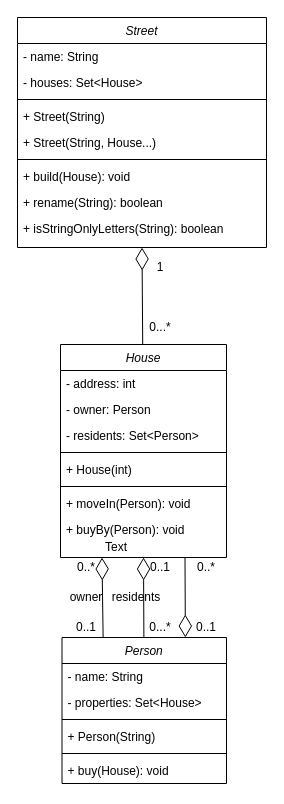
The draw.io diagram street.drawio in AndrasTerrayCodecool/street, before the edit. Source tidied: cells renumbered, new cells numbered last; positions are measured from the earlier drawing's top-left corner, leaving out a move shared by most shapes. Both pictures are drawn from the tidied source at 100%, with x=0, y=0 at pixel (17, 17).
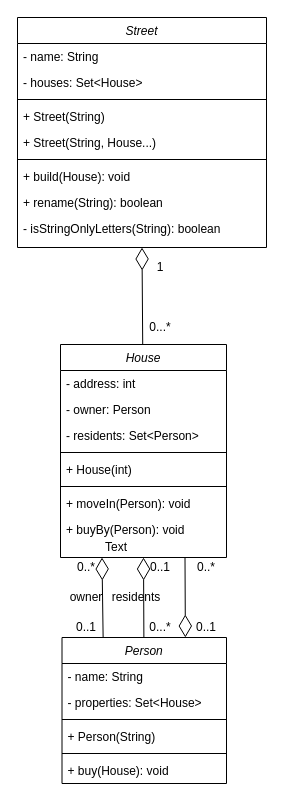
The same page after the edit.

Commit message (it also covers changes not shown here):
Fix based on Arpad and Atesz feedback

The edit, as a diff of the source:
```diff
@@
-    <mxCell id="23" value="+ isStringOnlyLetters(String): boolean" style="text;align=left;verticalAlign=top;spacingLeft=4;spacingRight=4;overflow=hidden;" parent="1" vertex="1">
+    <mxCell id="23" value="- isStringOnlyLetters(String): boolean" style="text;align=left;verticalAlign=top;spacingLeft=4;spacingRight=4;overflow=hidden;" parent="1" vertex="1">
       <mxGeometry y="198" width="246" height="26" as="geometry" />
     </mxCell>
```
